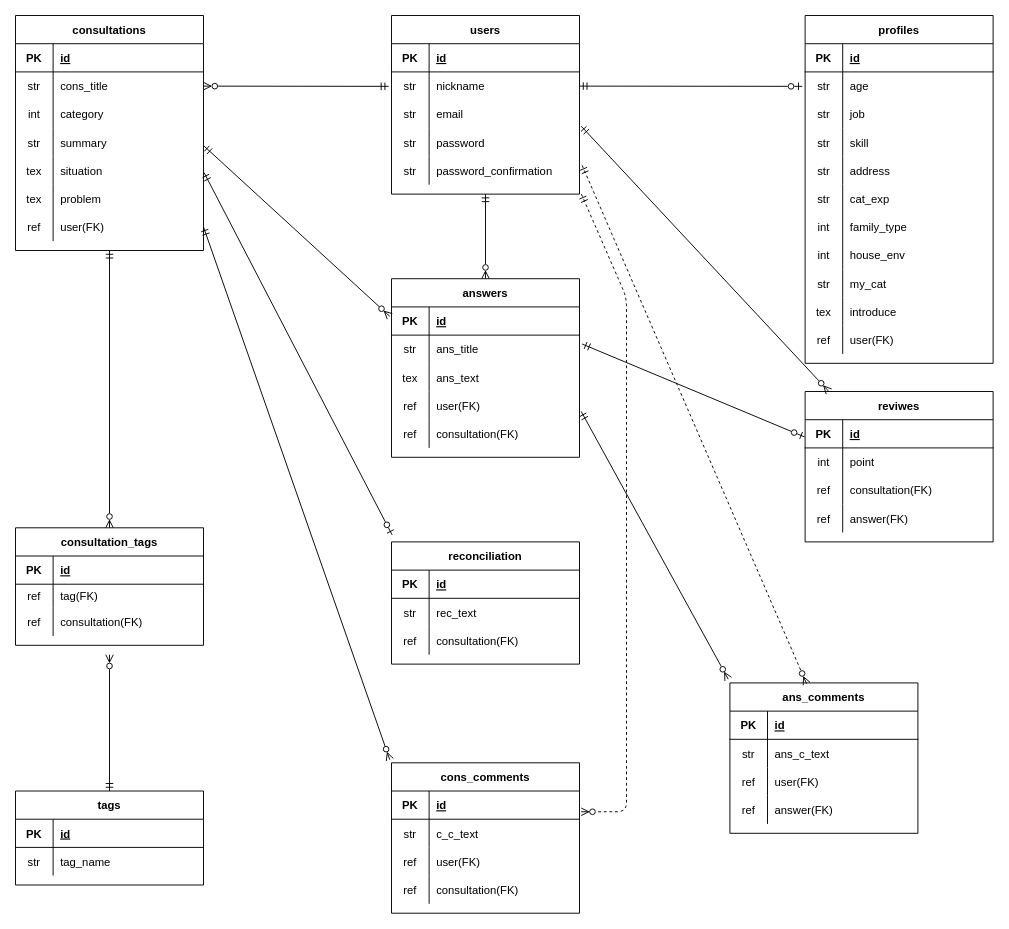
Before: entity_relationship.dio in tatsumiwa-pg/brtc, a draw.io diagram. Source tidied: cells renumbered, new cells numbered last; positions are measured from the earlier drawing's top-left corner, leaving out a move shared by most shapes. Both pictures are drawn from the tidied source at 94%, with x=0, y=0 at pixel (15, 15).
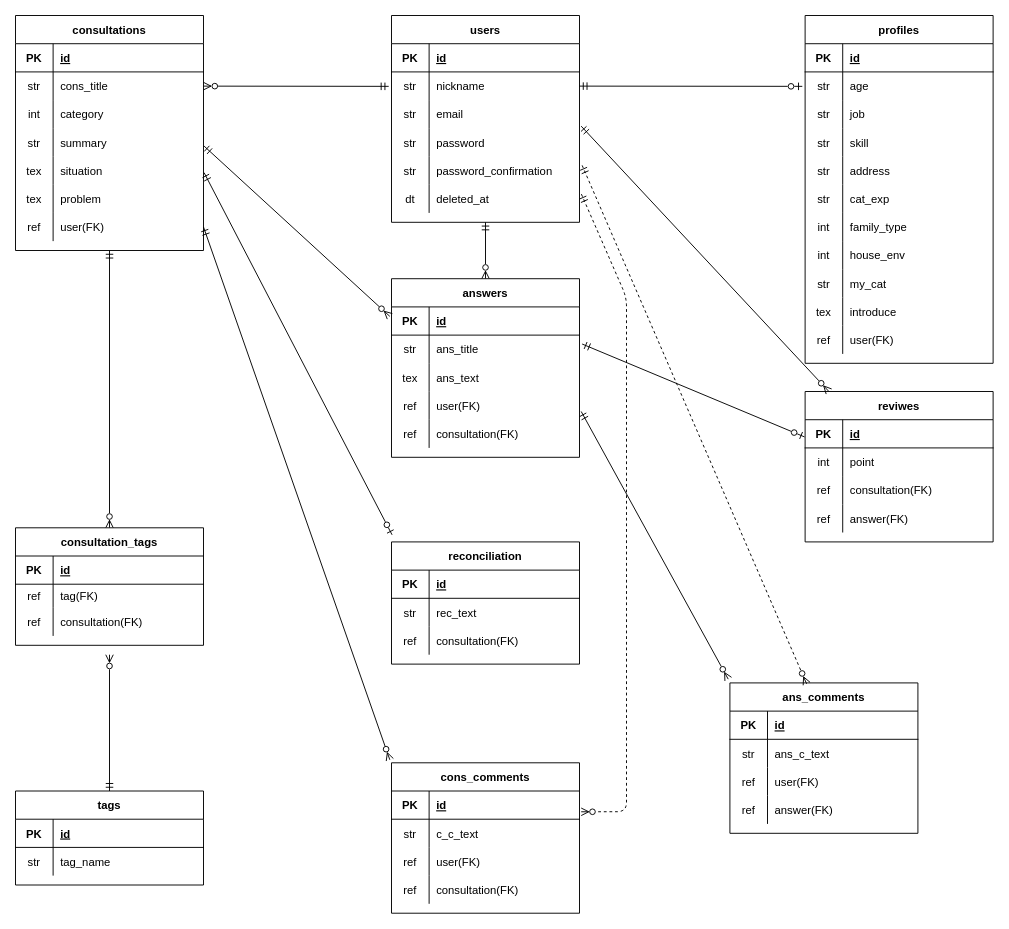
Above is the later version.

Commit message (it also covers changes not shown here):
ER図、画面遷移図、README更新

The change refers to these unchanged cells:
```xml
<mxCell id="42" value="answers" style="shape=table;startSize=30;childLayout=tableLayout;rowLines=0;fontStyle=1;align=center;" parent="1" vertex="1">
  <mxGeometry x="400" y="280" width="200" height="190" as="geometry" />
</mxCell>
```

The edit, as a diff of the source:
```diff
@@
     <mxCell id="2" style="edgeStyle=none;html=1;entryX=0.5;entryY=0;entryDx=0;entryDy=0;entryPerimeter=0;startArrow=ERmandOne;startFill=0;endArrow=ERzeroToMany;endFill=0;" parent="1" edge="1" target="42">
       <mxGeometry relative="1" as="geometry">
-        <mxPoint x="500" y="190" as="sourcePoint" />
+        <mxPoint x="500" y="220" as="sourcePoint" />
       </mxGeometry>
     </mxCell>
     <mxCell id="3" value="users" style="shape=table;startSize=30;childLayout=tableLayout;rowLines=0;fontStyle=1;align=center;" parent="1" vertex="1">
-      <mxGeometry x="400" width="200" height="190" as="geometry" />
+      <mxGeometry x="400" width="200" height="220" as="geometry" />
     </mxCell>
@@
+    <mxCell id="169" style="shape=partialRectangle;fillColor=none;top=0;left=0;bottom=0;right=0;" parent="3" vertex="1">
+      <mxGeometry y="180" width="200" height="30" as="geometry" />
+    </mxCell>
+    <mxCell id="170" value="dt" style="shape=partialRectangle;fillColor=none;top=0;left=0;bottom=0;right=0;overflow=hidden;" parent="169" vertex="1">
+      <mxGeometry width="40" height="30" as="geometry" />
+    </mxCell>
+    <mxCell id="171" value="deleted_at" style="shape=partialRectangle;fillColor=none;top=0;left=0;bottom=0;right=0;align=left;spacingLeft=6;overflow=hidden;" parent="169" vertex="1">
+      <mxGeometry x="40" width="160" height="30" as="geometry" />
+    </mxCell>
```
